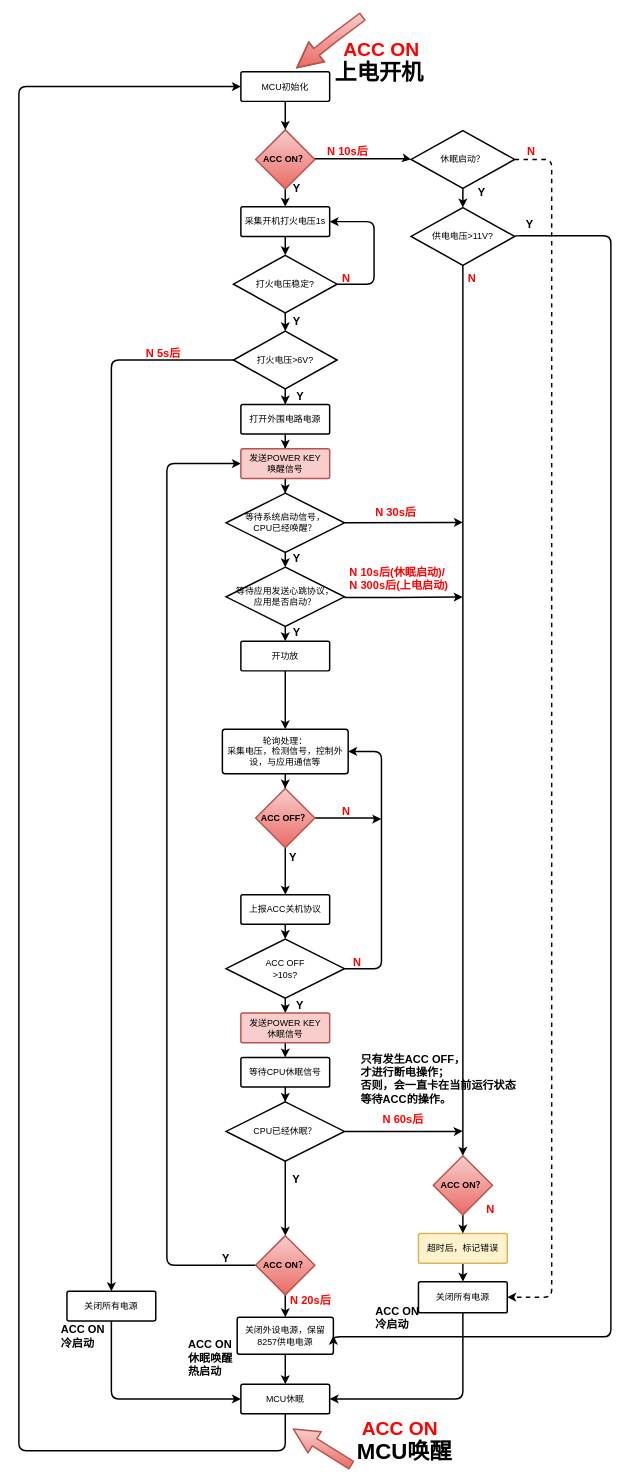
Earlier version of the draw.io diagram page "第 3 页" (3 of 3) of 009_XIUMING.drawio (yintianlan/Picture_Draw). Source tidied: cells renumbered, new cells numbered last; positions are measured from the earlier drawing's top-left corner, leaving out a move shared by most shapes. Both pictures are drawn from the tidied source at 74%, with x=0, y=0 at pixel (18, 16).
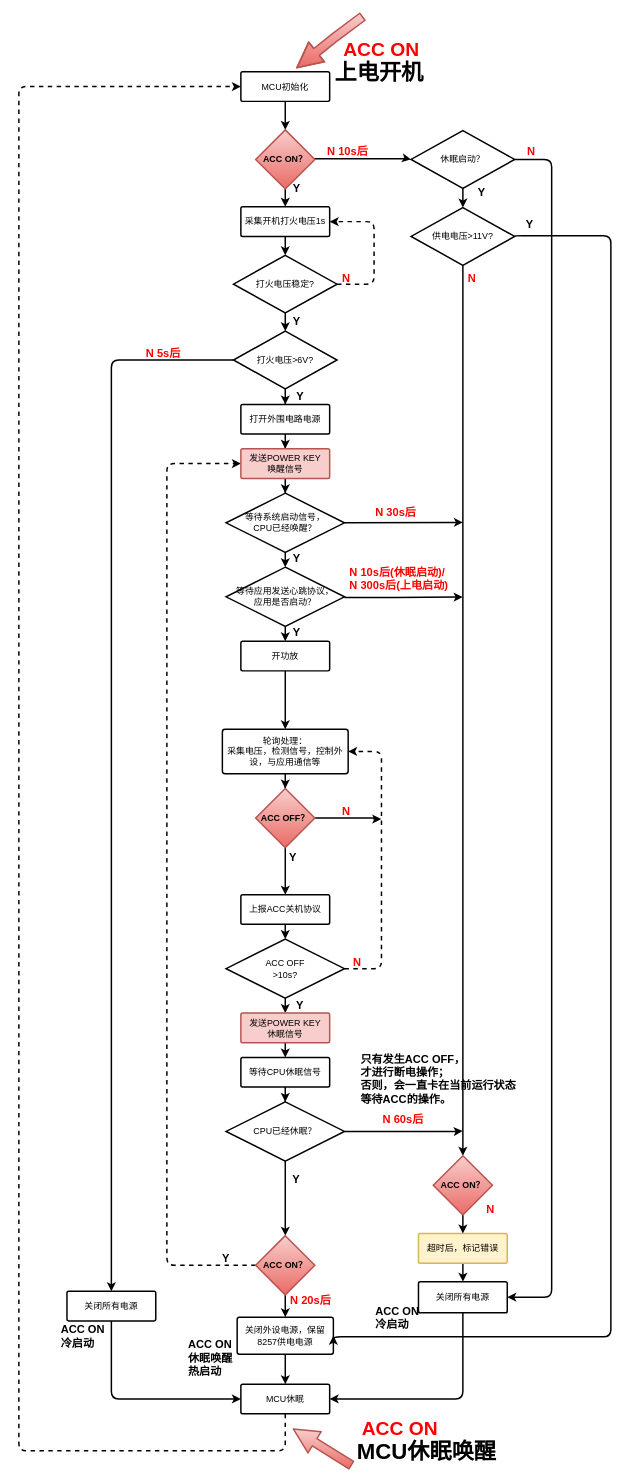
The same page after the edit.

The change refers to these unchanged cells:
```xml
<mxCell id="17" value="轮询处理：&lt;br&gt;采集电压，检测信号，控制外设，与应用通信等" style="strokeWidth=2;html=1;shape=mxgraph.flowchart.process;whiteSpace=wrap;fontFamily=Helvetica;align=center;" parent="1" vertex="1">
  <mxGeometry x="275" y="963" width="170" height="60" as="geometry" />
</mxCell>
<mxCell id="25" value="MCU休眠" style="strokeWidth=2;html=1;shape=mxgraph.flowchart.process;whiteSpace=wrap;fillColor=none;fontFamily=Helvetica;align=center;strokeColor=#000000;" parent="1" vertex="1">
  <mxGeometry x="300" y="1848" width="120" height="40" as="geometry" />
</mxCell>
<mxCell id="35" value="MCU初始化" style="strokeWidth=2;html=1;shape=mxgraph.flowchart.process;whiteSpace=wrap;fontFamily=Helvetica;align=center;" parent="1" vertex="1">
  <mxGeometry x="300" y="74.5" width="120" height="40" as="geometry" />
</mxCell>
<mxCell id="45" value="ACC OFF&lt;br&gt;&amp;gt;10s?&lt;br&gt;" style="strokeWidth=2;html=1;shape=mxgraph.flowchart.decision;whiteSpace=wrap;fillColor=#ffffff;fontFamily=Helvetica;align=center;strokeColor=#000000;" parent="1" vertex="1">
  <mxGeometry x="280" y="1246.5" width="160" height="80" as="geometry" />
</mxCell>
<mxCell id="55" value="&lt;b&gt;ACC ON？&lt;/b&gt;" style="rhombus;whiteSpace=wrap;html=1;strokeWidth=2;fillColor=#f8cecc;fontFamily=Helvetica;align=center;strokeColor=#b85450;gradientColor=#ea6b66;" parent="1" vertex="1">
  <mxGeometry x="320" y="1647.3" width="80" height="80" as="geometry" />
</mxCell>
<mxCell id="60" value="发送POWER KEY&lt;br&gt;唤醒信号" style="strokeWidth=2;html=1;shape=mxgraph.flowchart.process;whiteSpace=wrap;fillColor=#f8cecc;fontFamily=Helvetica;align=center;strokeColor=#b85450;" parent="1" vertex="1">
  <mxGeometry x="300" y="584" width="120" height="40" as="geometry" />
</mxCell>
<mxCell id="64" value="采集开机打火电压1s" style="strokeWidth=2;html=1;shape=mxgraph.flowchart.process;whiteSpace=wrap;fontFamily=Helvetica;align=center;" parent="1" vertex="1">
  <mxGeometry x="300" y="257" width="120" height="40" as="geometry" />
</mxCell>
<mxCell id="70" value="休眠启动？" style="strokeWidth=2;html=1;shape=mxgraph.flowchart.decision;whiteSpace=wrap;fillColor=#ffffff;fontFamily=Helvetica;align=center;strokeColor=#000000;" parent="1" vertex="1">
  <mxGeometry x="530" y="154" width="140" height="78" as="geometry" />
</mxCell>
<mxCell id="78" value="打火电压稳定?" style="strokeWidth=2;html=1;shape=mxgraph.flowchart.decision;whiteSpace=wrap;fillColor=#ffffff;fontFamily=Helvetica;align=center;strokeColor=#000000;" parent="1" vertex="1">
  <mxGeometry x="290" y="322.5" width="140" height="78" as="geometry" />
</mxCell>
<mxCell id="84" value="关闭所有电源" style="strokeWidth=2;html=1;shape=mxgraph.flowchart.process;whiteSpace=wrap;fillColor=none;fontFamily=Helvetica;align=center;strokeColor=#000000;" parent="1" vertex="1">
  <mxGeometry x="540" y="1709.5" width="120" height="42" as="geometry" />
</mxCell>
```

What changed in the source:
```diff
@@
-    <mxCell id="24" style="edgeStyle=orthogonalEdgeStyle;rounded=1;jettySize=auto;html=1;exitX=0.5;exitY=1;exitDx=0;exitDy=0;exitPerimeter=0;strokeWidth=2;entryX=0;entryY=0.5;entryDx=0;entryDy=0;entryPerimeter=0;" parent="1" edge="1" source="25" target="35">
+    <mxCell id="24" style="edgeStyle=orthogonalEdgeStyle;rounded=1;jettySize=auto;html=1;exitX=0.5;exitY=1;exitDx=0;exitDy=0;exitPerimeter=0;strokeWidth=2;entryX=0;entryY=0.5;entryDx=0;entryDy=0;entryPerimeter=0;dashed=1;" parent="1" edge="1" source="25" target="35">
       <mxGeometry relative="1" as="geometry">
         <Array as="points">
           <mxPoint x="360" y="1938" />
           <mxPoint y="1938" />
           <mxPoint y="95" />
         </Array>
       </mxGeometry>
     </mxCell>
@@
-    <mxCell id="46" style="edgeStyle=elbowEdgeStyle;elbow=horizontal;endArrow=classic;html=1;strokeWidth=2;entryX=1;entryY=0.5;entryDx=0;entryDy=0;exitX=1;exitY=0.5;exitDx=0;exitDy=0;exitPerimeter=0;entryPerimeter=0;" parent="1" edge="1" source="45" target="17">
+    <mxCell id="46" style="edgeStyle=elbowEdgeStyle;elbow=horizontal;endArrow=classic;html=1;strokeWidth=2;entryX=1;entryY=0.5;entryDx=0;entryDy=0;exitX=1;exitY=0.5;exitDx=0;exitDy=0;exitPerimeter=0;entryPerimeter=0;dashed=1;" parent="1" edge="1" source="45" target="17">
       <mxGeometry relative="1" as="geometry">
         <Array as="points">
           <mxPoint x="490" y="1212.5" />
         </Array>
       </mxGeometry>
     </mxCell>
@@
-    <mxCell id="54" style="edgeStyle=orthogonalEdgeStyle;rounded=1;jettySize=auto;html=1;strokeWidth=2;entryX=0;entryY=0.5;entryDx=0;entryDy=0;entryPerimeter=0;" parent="1" edge="1" source="55" target="60">
+    <mxCell id="54" style="edgeStyle=orthogonalEdgeStyle;rounded=1;jettySize=auto;html=1;strokeWidth=2;entryX=0;entryY=0.5;entryDx=0;entryDy=0;entryPerimeter=0;dashed=1;" parent="1" edge="1" source="55" target="60">
       <mxGeometry relative="1" as="geometry">
         <Array as="points">
           <mxPoint x="200" y="1688" />
           <mxPoint x="200" y="604" />
         </Array>
       </mxGeometry>
     </mxCell>
@@
-    <mxCell id="69" style="edgeStyle=orthogonalEdgeStyle;rounded=1;jettySize=auto;html=1;exitX=1;exitY=0.5;exitDx=0;exitDy=0;exitPerimeter=0;strokeWidth=2;entryX=1;entryY=0.5;entryDx=0;entryDy=0;entryPerimeter=0;dashed=1;" parent="1" edge="1" source="70" target="84">
+    <mxCell id="69" style="edgeStyle=orthogonalEdgeStyle;rounded=1;jettySize=auto;html=1;exitX=1;exitY=0.5;exitDx=0;exitDy=0;exitPerimeter=0;strokeWidth=2;entryX=1;entryY=0.5;entryDx=0;entryDy=0;entryPerimeter=0;" parent="1" edge="1" source="70" target="84">
       <mxGeometry relative="1" as="geometry">
         <Array as="points">
           <mxPoint x="720" y="193" />
           <mxPoint x="720" y="1731" />
         </Array>
       </mxGeometry>
     </mxCell>
@@
-    <mxCell id="86" style="edgeStyle=segmentEdgeStyle;endArrow=classic;html=1;strokeWidth=2;exitX=1;exitY=0.5;exitDx=0;exitDy=0;exitPerimeter=0;entryX=1;entryY=0.5;entryDx=0;entryDy=0;entryPerimeter=0;" parent="1" edge="1" source="78" target="64">
+    <mxCell id="86" style="edgeStyle=segmentEdgeStyle;endArrow=classic;html=1;strokeWidth=2;exitX=1;exitY=0.5;exitDx=0;exitDy=0;exitPerimeter=0;entryX=1;entryY=0.5;entryDx=0;entryDy=0;entryPerimeter=0;dashed=1;" parent="1" edge="1" source="78" target="64">
       <mxGeometry relative="1" as="geometry">
         <Array as="points">
           <mxPoint x="480" y="361.5" />
           <mxPoint x="480" y="277.5" />
         </Array>
       </mxGeometry>
     </mxCell>
@@
-    <mxCell id="97" value="&lt;b&gt;&lt;font style=&quot;font-size: 30px&quot;&gt;MCU唤醒&lt;/font&gt;&lt;/b&gt;" style="text;html=1;align=left;verticalAlign=top;spacingTop=-4;fontSize=15;fontFamily=Helvetica;" parent="1" vertex="1">
-      <mxGeometry x="455" y="1918" width="150" height="20" as="geometry" />
+    <mxCell id="97" value="&lt;b&gt;&lt;font style=&quot;font-size: 30px&quot;&gt;MCU休眠唤醒&lt;/font&gt;&lt;/b&gt;" style="text;html=1;align=left;verticalAlign=top;spacingTop=-4;fontSize=15;fontFamily=Helvetica;" parent="1" vertex="1">
+      <mxGeometry x="455" y="1918" width="210" height="20" as="geometry" />
     </mxCell>
```
